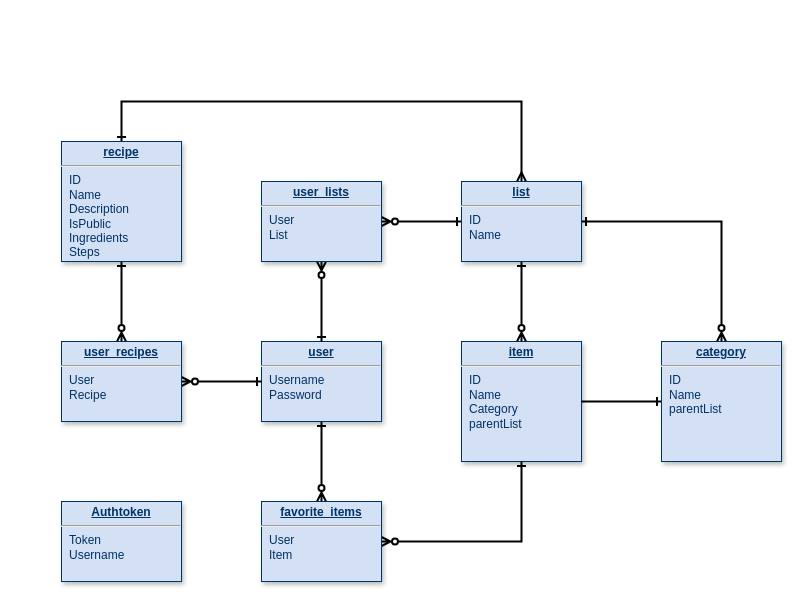
Before: db/dbDiagram.drawio in JacksonSahleen/FamilyListServer, a draw.io diagram. Source tidied: cells renumbered, new cells numbered last; positions are measured from the earlier drawing's top-left corner, leaving out a move shared by most shapes. Both pictures are drawn from the tidied source at 100%, with x=0, y=0 at pixel (61, 101).
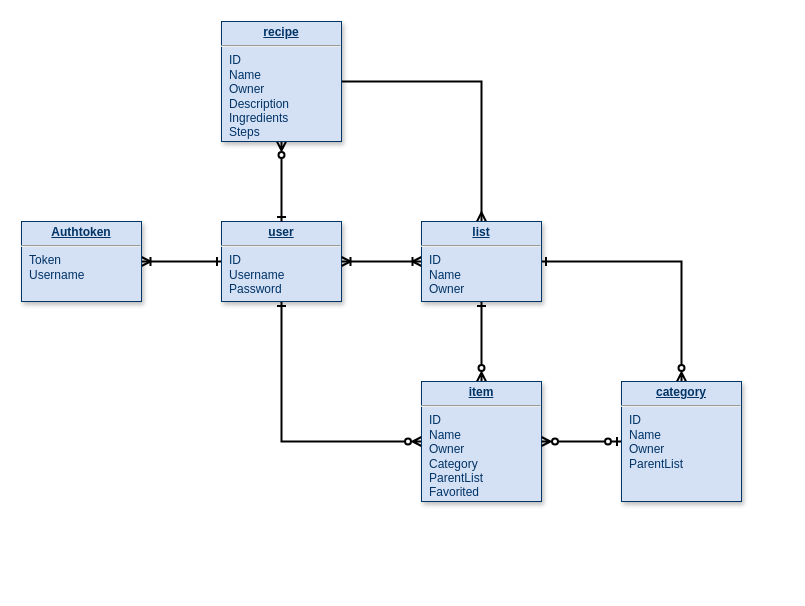
The same diagram, later.

Change to the diagram source:
```diff
@@
-    <mxCell id="2" style="edgeStyle=orthogonalEdgeStyle;rounded=0;jettySize=auto;html=1;endArrow=ERzeroToMany;endFill=0;startArrow=ERone;startFill=0;strokeWidth=2;" parent="1" edge="1" source="3" target="17">
+    <mxCell id="2" style="edgeStyle=orthogonalEdgeStyle;rounded=0;jettySize=auto;html=1;endArrow=ERzeroToMany;endFill=0;startArrow=ERone;startFill=0;strokeWidth=2;entryX=0;entryY=0.5;entryDx=0;entryDy=0;exitX=0.5;exitY=1;exitDx=0;exitDy=0;" parent="1" edge="1" source="3" target="5">
       <mxGeometry relative="1" as="geometry" />
     </mxCell>
+    <mxCell id="21" style="edgeStyle=orthogonalEdgeStyle;rounded=0;jettySize=auto;html=1;endArrow=ERoneToMany;endFill=0;startArrow=ERone;startFill=0;strokeWidth=2;" parent="1" edge="1" source="3" target="20">
+      <mxGeometry relative="1" as="geometry" />
+    </mxCell>
-    <mxCell id="3" value="&lt;p style=&quot;margin: 0px; margin-top: 4px; text-align: center; text-decoration: underline;&quot;&gt;&lt;strong&gt;user&lt;/strong&gt;&lt;/p&gt;&lt;hr&gt;&lt;p style=&quot;margin: 0px; margin-left: 8px;&quot;&gt;&lt;span style=&quot;background-color: initial;&quot;&gt;Username&lt;/span&gt;&lt;br&gt;&lt;/p&gt;&lt;p style=&quot;margin: 0px; margin-left: 8px;&quot;&gt;Password&lt;/p&gt;" style="verticalAlign=top;align=left;overflow=fill;fontSize=12;fontFamily=Helvetica;html=1;strokeColor=#003366;shadow=1;fillColor=#D4E1F5;fontColor=#003366;" parent="1" vertex="1">
-      <mxGeometry x="200" y="240" width="120" height="80" as="geometry" />
+    <mxCell id="3" value="&lt;p style=&quot;margin: 0px; margin-top: 4px; text-align: center; text-decoration: underline;&quot;&gt;&lt;strong&gt;user&lt;/strong&gt;&lt;/p&gt;&lt;hr&gt;&lt;p style=&quot;margin: 0px; margin-left: 8px;&quot;&gt;&lt;span style=&quot;background-color: initial;&quot;&gt;ID&lt;/span&gt;&lt;/p&gt;&lt;p style=&quot;margin: 0px; margin-left: 8px;&quot;&gt;&lt;span style=&quot;background-color: initial;&quot;&gt;Username&lt;/span&gt;&lt;br&gt;&lt;/p&gt;&lt;p style=&quot;margin: 0px; margin-left: 8px;&quot;&gt;Password&lt;/p&gt;" style="verticalAlign=top;align=left;overflow=fill;fontSize=12;fontFamily=Helvetica;html=1;strokeColor=#003366;shadow=1;fillColor=#D4E1F5;fontColor=#003366;" parent="1" vertex="1">
+      <mxGeometry x="160" y="120" width="120" height="80" as="geometry" />
     </mxCell>
@@
-    <mxCell id="5" value="&lt;p style=&quot;margin: 0px; margin-top: 4px; text-align: center; text-decoration: underline;&quot;&gt;&lt;strong&gt;item&lt;/strong&gt;&lt;/p&gt;&lt;hr&gt;&lt;p style=&quot;margin: 0px; margin-left: 8px;&quot;&gt;&lt;span style=&quot;background-color: initial;&quot;&gt;ID&lt;/span&gt;&lt;/p&gt;&lt;p style=&quot;margin: 0px; margin-left: 8px;&quot;&gt;&lt;span style=&quot;background-color: initial;&quot;&gt;Name&lt;/span&gt;&lt;br&gt;&lt;/p&gt;&lt;p style=&quot;margin: 0px; margin-left: 8px;&quot;&gt;Category&lt;/p&gt;&lt;p style=&quot;margin: 0px; margin-left: 8px;&quot;&gt;parentList&lt;/p&gt;" style="verticalAlign=top;align=left;overflow=fill;fontSize=12;fontFamily=Helvetica;html=1;strokeColor=#003366;shadow=1;fillColor=#D4E1F5;fontColor=#003366;" parent="1" vertex="1">
-      <mxGeometry x="400" y="240" width="120" height="120" as="geometry" />
+    <mxCell id="5" value="&lt;p style=&quot;margin: 0px; margin-top: 4px; text-align: center; text-decoration: underline;&quot;&gt;&lt;strong&gt;item&lt;/strong&gt;&lt;/p&gt;&lt;hr&gt;&lt;p style=&quot;margin: 0px; margin-left: 8px;&quot;&gt;&lt;span style=&quot;background-color: initial;&quot;&gt;ID&lt;/span&gt;&lt;/p&gt;&lt;p style=&quot;margin: 0px; margin-left: 8px;&quot;&gt;&lt;span style=&quot;background-color: initial;&quot;&gt;Name&lt;/span&gt;&lt;br&gt;&lt;/p&gt;&lt;p style=&quot;margin: 0px; margin-left: 8px;&quot;&gt;&lt;span style=&quot;background-color: initial;&quot;&gt;Owner&lt;/span&gt;&lt;/p&gt;&lt;p style=&quot;margin: 0px; margin-left: 8px;&quot;&gt;Category&lt;/p&gt;&lt;p style=&quot;margin: 0px; margin-left: 8px;&quot;&gt;ParentList&lt;/p&gt;&lt;p style=&quot;margin: 0px; margin-left: 8px;&quot;&gt;Favorited&lt;/p&gt;" style="verticalAlign=top;align=left;overflow=fill;fontSize=12;fontFamily=Helvetica;html=1;strokeColor=#003366;shadow=1;fillColor=#D4E1F5;fontColor=#003366;" parent="1" vertex="1">
+      <mxGeometry x="360" y="280" width="120" height="120" as="geometry" />
     </mxCell>
-    <mxCell id="6" style="edgeStyle=orthogonalEdgeStyle;rounded=0;jettySize=auto;html=1;fontFamily=Helvetica;fontSize=12;fontColor=#003366;startArrow=ERone;startFill=0;endArrow=none;endFill=0;strokeWidth=2;" parent="1" edge="1" source="8" target="5">
+    <mxCell id="6" style="edgeStyle=orthogonalEdgeStyle;rounded=0;jettySize=auto;html=1;fontFamily=Helvetica;fontSize=12;fontColor=#003366;startArrow=ERzeroToOne;startFill=0;endArrow=ERzeroToMany;endFill=0;strokeWidth=2;" parent="1" edge="1" source="8" target="5">
       <mxGeometry relative="1" as="geometry" />
     </mxCell>
@@
-    <mxCell id="8" value="&lt;p style=&quot;margin: 0px; margin-top: 4px; text-align: center; text-decoration: underline;&quot;&gt;&lt;b&gt;category&lt;/b&gt;&lt;/p&gt;&lt;hr&gt;&lt;p style=&quot;margin: 0px; margin-left: 8px;&quot;&gt;ID&lt;/p&gt;&lt;p style=&quot;margin: 0px; margin-left: 8px;&quot;&gt;Name&lt;/p&gt;&lt;p style=&quot;margin: 0px; margin-left: 8px;&quot;&gt;parentList&lt;/p&gt;" style="verticalAlign=top;align=left;overflow=fill;fontSize=12;fontFamily=Helvetica;html=1;strokeColor=#003366;shadow=1;fillColor=#D4E1F5;fontColor=#003366;" parent="1" vertex="1">
-      <mxGeometry x="600" y="240" width="120" height="120" as="geometry" />
+    <mxCell id="8" value="&lt;p style=&quot;margin: 0px; margin-top: 4px; text-align: center; text-decoration: underline;&quot;&gt;&lt;b&gt;category&lt;/b&gt;&lt;/p&gt;&lt;hr&gt;&lt;p style=&quot;margin: 0px; margin-left: 8px;&quot;&gt;ID&lt;/p&gt;&lt;p style=&quot;margin: 0px; margin-left: 8px;&quot;&gt;&lt;span style=&quot;background-color: initial;&quot;&gt;Name&lt;/span&gt;&lt;/p&gt;&lt;p style=&quot;margin: 0px; margin-left: 8px;&quot;&gt;&lt;span style=&quot;background-color: initial;&quot;&gt;Owner&lt;/span&gt;&lt;/p&gt;&lt;p style=&quot;margin: 0px; margin-left: 8px;&quot;&gt;&lt;span style=&quot;background-color: initial;&quot;&gt;ParentList&lt;/span&gt;&lt;br&gt;&lt;/p&gt;" style="verticalAlign=top;align=left;overflow=fill;fontSize=12;fontFamily=Helvetica;html=1;strokeColor=#003366;shadow=1;fillColor=#D4E1F5;fontColor=#003366;" parent="1" vertex="1">
+      <mxGeometry x="560" y="280" width="120" height="120" as="geometry" />
     </mxCell>
-    <mxCell id="9" style="edgeStyle=orthogonalEdgeStyle;rounded=0;jettySize=auto;html=1;exitX=0;exitY=0.5;exitDx=0;exitDy=0;endArrow=ERzeroToMany;endFill=0;startArrow=ERone;startFill=0;strokeWidth=2;" parent="1" edge="1" source="11" target="15">
-      <mxGeometry relative="1" as="geometry" />
-    </mxCell>
-    <mxCell id="10" style="edgeStyle=orthogonalEdgeStyle;rounded=0;jettySize=auto;html=1;strokeWidth=2;startArrow=ERmany;startFill=0;endArrow=ERone;endFill=0;" parent="1" edge="1" source="11" target="13">
+    <mxCell id="10" style="edgeStyle=orthogonalEdgeStyle;rounded=0;jettySize=auto;html=1;strokeWidth=2;startArrow=ERmany;startFill=0;endArrow=none;endFill=0;exitX=0.5;exitY=0;exitDx=0;exitDy=0;entryX=1;entryY=0.5;entryDx=0;entryDy=0;" parent="1" edge="1" source="11" target="13">
       <mxGeometry relative="1" as="geometry">
         <Array as="points">
-          <mxPoint x="460" />
-          <mxPoint x="60" />
+          <mxPoint x="420" y="-20" />
         </Array>
       </mxGeometry>
     </mxCell>
+    <mxCell id="22" style="edgeStyle=orthogonalEdgeStyle;rounded=0;jettySize=auto;html=1;strokeWidth=2;endArrow=ERoneToMany;endFill=0;startArrow=ERoneToMany;startFill=0;" parent="1" edge="1" source="11" target="3">
+      <mxGeometry relative="1" as="geometry" />
+    </mxCell>
-    <mxCell id="11" value="&lt;p style=&quot;margin: 0px; margin-top: 4px; text-align: center; text-decoration: underline;&quot;&gt;&lt;b&gt;list&lt;/b&gt;&lt;/p&gt;&lt;hr&gt;&lt;p style=&quot;margin: 0px; margin-left: 8px;&quot;&gt;ID&lt;/p&gt;&lt;p style=&quot;margin: 0px; margin-left: 8px;&quot;&gt;Name&lt;/p&gt;" style="verticalAlign=top;align=left;overflow=fill;fontSize=12;fontFamily=Helvetica;html=1;strokeColor=#003366;shadow=1;fillColor=#D4E1F5;fontColor=#003366;" parent="1" vertex="1">
-      <mxGeometry x="400" y="80" width="120" height="80" as="geometry" />
+    <mxCell id="11" value="&lt;p style=&quot;margin: 0px; margin-top: 4px; text-align: center; text-decoration: underline;&quot;&gt;&lt;b&gt;list&lt;/b&gt;&lt;/p&gt;&lt;hr&gt;&lt;p style=&quot;margin: 0px; margin-left: 8px;&quot;&gt;ID&lt;/p&gt;&lt;p style=&quot;margin: 0px; margin-left: 8px;&quot;&gt;Name&lt;/p&gt;&lt;p style=&quot;margin: 0px; margin-left: 8px;&quot;&gt;Owner&lt;/p&gt;" style="verticalAlign=top;align=left;overflow=fill;fontSize=12;fontFamily=Helvetica;html=1;strokeColor=#003366;shadow=1;fillColor=#D4E1F5;fontColor=#003366;" parent="1" vertex="1">
+      <mxGeometry x="360" y="120" width="120" height="80" as="geometry" />
     </mxCell>
-    <mxCell id="12" style="edgeStyle=orthogonalEdgeStyle;rounded=0;jettySize=auto;html=1;strokeWidth=2;endArrow=ERzeroToMany;endFill=0;startArrow=ERone;startFill=0;" parent="1" edge="1" source="13" target="19">
-      <mxGeometry relative="1" as="geometry" />
-    </mxCell>
+    <mxCell id="23" style="edgeStyle=orthogonalEdgeStyle;rounded=0;jettySize=auto;html=1;strokeWidth=2;endArrow=ERone;endFill=0;startArrow=ERzeroToMany;startFill=0;" parent="1" edge="1" source="13" target="3">
+      <mxGeometry relative="1" as="geometry" />
+    </mxCell>
-    <mxCell id="13" value="&lt;p style=&quot;margin: 0px; margin-top: 4px; text-align: center; text-decoration: underline;&quot;&gt;&lt;strong&gt;recipe&lt;/strong&gt;&lt;/p&gt;&lt;hr&gt;&lt;p style=&quot;margin: 0px; margin-left: 8px;&quot;&gt;&lt;span style=&quot;background-color: initial;&quot;&gt;ID&lt;/span&gt;&lt;/p&gt;&lt;p style=&quot;margin: 0px; margin-left: 8px;&quot;&gt;&lt;span style=&quot;background-color: initial;&quot;&gt;Name&lt;/span&gt;&lt;br&gt;&lt;/p&gt;&lt;p style=&quot;margin: 0px; margin-left: 8px;&quot;&gt;Description&lt;/p&gt;&lt;p style=&quot;margin: 0px; margin-left: 8px;&quot;&gt;IsPublic&lt;/p&gt;&lt;p style=&quot;margin: 0px; margin-left: 8px;&quot;&gt;&lt;span style=&quot;background-color: initial;&quot;&gt;Ingredients&lt;/span&gt;&lt;br&gt;&lt;/p&gt;&lt;p style=&quot;margin: 0px; margin-left: 8px;&quot;&gt;Steps&lt;/p&gt;" style="verticalAlign=top;align=left;overflow=fill;fontSize=12;fontFamily=Helvetica;html=1;strokeColor=#003366;shadow=1;fillColor=#D4E1F5;fontColor=#003366;" parent="1" vertex="1">
-      <mxGeometry y="40" width="120" height="120" as="geometry" />
+    <mxCell id="13" value="&lt;p style=&quot;margin: 0px; margin-top: 4px; text-align: center; text-decoration: underline;&quot;&gt;&lt;strong&gt;recipe&lt;/strong&gt;&lt;/p&gt;&lt;hr&gt;&lt;p style=&quot;margin: 0px; margin-left: 8px;&quot;&gt;&lt;span style=&quot;background-color: initial;&quot;&gt;ID&lt;/span&gt;&lt;/p&gt;&lt;p style=&quot;margin: 0px; margin-left: 8px;&quot;&gt;&lt;span style=&quot;background-color: initial;&quot;&gt;Name&lt;/span&gt;&lt;br&gt;&lt;/p&gt;&lt;p style=&quot;margin: 0px; margin-left: 8px;&quot;&gt;&lt;span style=&quot;background-color: initial;&quot;&gt;Owner&lt;/span&gt;&lt;/p&gt;&lt;p style=&quot;margin: 0px; margin-left: 8px;&quot;&gt;Description&lt;/p&gt;&lt;p style=&quot;margin: 0px; margin-left: 8px;&quot;&gt;&lt;span style=&quot;background-color: initial;&quot;&gt;Ingredients&lt;/span&gt;&lt;br&gt;&lt;/p&gt;&lt;p style=&quot;margin: 0px; margin-left: 8px;&quot;&gt;Steps&lt;/p&gt;" style="verticalAlign=top;align=left;overflow=fill;fontSize=12;fontFamily=Helvetica;html=1;strokeColor=#003366;shadow=1;fillColor=#D4E1F5;fontColor=#003366;" parent="1" vertex="1">
+      <mxGeometry x="160" y="-80" width="120" height="120" as="geometry" />
     </mxCell>
-    <mxCell id="14" style="edgeStyle=orthogonalEdgeStyle;rounded=0;jettySize=auto;html=1;strokeWidth=2;endArrow=ERone;endFill=0;startArrow=ERzeroToMany;startFill=0;" parent="1" edge="1" source="15" target="3">
-      <mxGeometry relative="1" as="geometry" />
-    </mxCell>
-    <mxCell id="15" value="&lt;p style=&quot;margin: 0px; margin-top: 4px; text-align: center; text-decoration: underline;&quot;&gt;&lt;strong&gt;user_lists&lt;/strong&gt;&lt;/p&gt;&lt;hr&gt;&lt;p style=&quot;margin: 0px; margin-left: 8px;&quot;&gt;User&lt;/p&gt;&lt;p style=&quot;margin: 0px; margin-left: 8px;&quot;&gt;List&lt;/p&gt;" style="verticalAlign=top;align=left;overflow=fill;fontSize=12;fontFamily=Helvetica;html=1;strokeColor=#003366;shadow=1;fillColor=#D4E1F5;fontColor=#003366;" parent="1" vertex="1">
-      <mxGeometry x="200" y="80" width="120" height="80" as="geometry" />
-    </mxCell>
-    <mxCell id="16" style="edgeStyle=orthogonalEdgeStyle;rounded=0;jettySize=auto;html=1;strokeWidth=2;endArrow=ERone;endFill=0;startArrow=ERzeroToMany;startFill=0;" parent="1" edge="1" source="17" target="5">
-      <mxGeometry relative="1" as="geometry" />
-    </mxCell>
-    <mxCell id="17" value="&lt;p style=&quot;margin: 0px; margin-top: 4px; text-align: center; text-decoration: underline;&quot;&gt;&lt;b&gt;favorite_items&lt;/b&gt;&lt;/p&gt;&lt;hr&gt;&lt;p style=&quot;margin: 0px; margin-left: 8px;&quot;&gt;User&lt;/p&gt;&lt;p style=&quot;margin: 0px; margin-left: 8px;&quot;&gt;Item&lt;/p&gt;" style="verticalAlign=top;align=left;overflow=fill;fontSize=12;fontFamily=Helvetica;html=1;strokeColor=#003366;shadow=1;fillColor=#D4E1F5;fontColor=#003366;" parent="1" vertex="1">
-      <mxGeometry x="200" y="400" width="120" height="80" as="geometry" />
-    </mxCell>
-    <mxCell id="18" style="edgeStyle=orthogonalEdgeStyle;rounded=0;jettySize=auto;html=1;endArrow=ERone;endFill=0;strokeWidth=2;startArrow=ERzeroToMany;startFill=0;" parent="1" edge="1" source="19" target="3">
-      <mxGeometry relative="1" as="geometry" />
-    </mxCell>
-    <mxCell id="19" value="&lt;p style=&quot;margin: 0px; margin-top: 4px; text-align: center; text-decoration: underline;&quot;&gt;&lt;strong&gt;user_recipes&lt;/strong&gt;&lt;/p&gt;&lt;hr&gt;&lt;p style=&quot;margin: 0px; margin-left: 8px;&quot;&gt;User&lt;/p&gt;&lt;p style=&quot;margin: 0px; margin-left: 8px;&quot;&gt;Recipe&lt;/p&gt;" style="verticalAlign=top;align=left;overflow=fill;fontSize=12;fontFamily=Helvetica;html=1;strokeColor=#003366;shadow=1;fillColor=#D4E1F5;fontColor=#003366;" parent="1" vertex="1">
-      <mxGeometry y="240" width="120" height="80" as="geometry" />
-    </mxCell>
     <mxCell id="20" value="&lt;p style=&quot;margin: 0px; margin-top: 4px; text-align: center; text-decoration: underline;&quot;&gt;&lt;b&gt;Authtoken&lt;/b&gt;&lt;/p&gt;&lt;hr&gt;&lt;p style=&quot;margin: 0px; margin-left: 8px;&quot;&gt;Token&lt;/p&gt;&lt;p style=&quot;margin: 0px; margin-left: 8px;&quot;&gt;Username&lt;/p&gt;" style="verticalAlign=top;align=left;overflow=fill;fontSize=12;fontFamily=Helvetica;html=1;strokeColor=#003366;shadow=1;fillColor=#D4E1F5;fontColor=#003366;" parent="1" vertex="1">
-      <mxGeometry y="400" width="120" height="80" as="geometry" />
+      <mxGeometry x="-40" y="120" width="120" height="80" as="geometry" />
     </mxCell>
```
